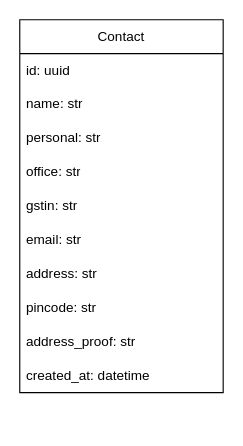
Cherisher08/IMS_mpt_backend keeps this draw.io diagram as page "Contact" (3 of 4) of docs/IMS_MPT.drawio. Above is the earlier version. Source tidied: cells renumbered, new cells numbered last; positions are measured from the earlier drawing's top-left corner, leaving out a move shared by most shapes. Both pictures are drawn from the tidied source at 113%, with x=0, y=0 at pixel (19, 19).
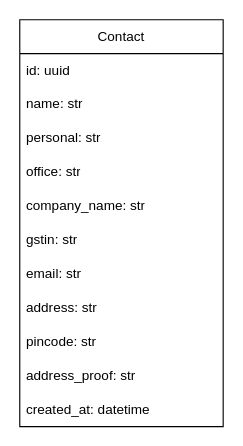
The same diagram, later.

Commit message (it also covers changes not shown here):
fix:company_name

Diff of the diagram source:
```diff
@@
 <mxGraphModel>
   <root>
     <mxCell id="0" />
     <mxCell id="1" parent="0" />
     <mxCell id="2" value="Contact" style="swimlane;fontStyle=0;horizontal=1;startSize=30;whiteSpace=wrap;html=1;" parent="1" vertex="1">
-      <mxGeometry width="180" height="330" as="geometry" />
+      <mxGeometry width="180" height="360" as="geometry" />
     </mxCell>
     <mxCell id="3" value="id: uuid" style="text;strokeColor=none;fillColor=none;align=left;verticalAlign=middle;spacingLeft=4;spacingRight=4;overflow=hidden;whiteSpace=wrap;html=1;" parent="2" vertex="1">
       <mxGeometry y="30" width="180" height="30" as="geometry" />
     </mxCell>
     <mxCell id="4" value="name: str" style="text;strokeColor=none;fillColor=none;align=left;verticalAlign=middle;spacingLeft=4;spacingRight=4;overflow=hidden;whiteSpace=wrap;html=1;" parent="2" vertex="1">
       <mxGeometry y="60" width="180" height="30" as="geometry" />
     </mxCell>
     <mxCell id="5" value="personal: str" style="text;strokeColor=none;fillColor=none;align=left;verticalAlign=middle;spacingLeft=4;spacingRight=4;overflow=hidden;whiteSpace=wrap;html=1;" parent="2" vertex="1">
       <mxGeometry y="90" width="180" height="30" as="geometry" />
     </mxCell>
     <mxCell id="6" value="office: str" style="text;strokeColor=none;fillColor=none;align=left;verticalAlign=middle;spacingLeft=4;spacingRight=4;overflow=hidden;whiteSpace=wrap;html=1;" parent="2" vertex="1">
       <mxGeometry y="120" width="180" height="30" as="geometry" />
     </mxCell>
+    <mxCell id="13" value="company_name: str" style="text;strokeColor=none;fillColor=none;align=left;verticalAlign=middle;spacingLeft=4;spacingRight=4;overflow=hidden;whiteSpace=wrap;html=1;" parent="2" vertex="1">
+      <mxGeometry y="150" width="180" height="30" as="geometry" />
+    </mxCell>
     <mxCell id="7" value="gstin: str" style="text;strokeColor=none;fillColor=none;align=left;verticalAlign=middle;spacingLeft=4;spacingRight=4;overflow=hidden;whiteSpace=wrap;html=1;" parent="2" vertex="1">
-      <mxGeometry y="150" width="180" height="30" as="geometry" />
+      <mxGeometry y="180" width="180" height="30" as="geometry" />
     </mxCell>
     <mxCell id="8" value="email: str" style="text;strokeColor=none;fillColor=none;align=left;verticalAlign=middle;spacingLeft=4;spacingRight=4;overflow=hidden;whiteSpace=wrap;html=1;" parent="2" vertex="1">
-      <mxGeometry y="180" width="180" height="30" as="geometry" />
+      <mxGeometry y="210" width="180" height="30" as="geometry" />
     </mxCell>
     <mxCell id="9" value="address: str" style="text;strokeColor=none;fillColor=none;align=left;verticalAlign=middle;spacingLeft=4;spacingRight=4;overflow=hidden;whiteSpace=wrap;html=1;" parent="2" vertex="1">
-      <mxGeometry y="210" width="180" height="30" as="geometry" />
+      <mxGeometry y="240" width="180" height="30" as="geometry" />
     </mxCell>
     <mxCell id="10" value="pincode: str" style="text;strokeColor=none;fillColor=none;align=left;verticalAlign=middle;spacingLeft=4;spacingRight=4;overflow=hidden;whiteSpace=wrap;html=1;" parent="2" vertex="1">
-      <mxGeometry y="240" width="180" height="30" as="geometry" />
+      <mxGeometry y="270" width="180" height="30" as="geometry" />
     </mxCell>
     <mxCell id="11" value="address_proof: str" style="text;strokeColor=none;fillColor=none;align=left;verticalAlign=middle;spacingLeft=4;spacingRight=4;overflow=hidden;whiteSpace=wrap;html=1;" parent="2" vertex="1">
-      <mxGeometry y="270" width="180" height="30" as="geometry" />
+      <mxGeometry y="300" width="180" height="30" as="geometry" />
     </mxCell>
     <mxCell id="12" value="created_at: datetime" style="text;strokeColor=none;fillColor=none;align=left;verticalAlign=middle;spacingLeft=4;spacingRight=4;overflow=hidden;whiteSpace=wrap;html=1;" parent="2" vertex="1">
-      <mxGeometry y="300" width="180" height="30" as="geometry" />
+      <mxGeometry y="330" width="180" height="30" as="geometry" />
     </mxCell>
   </root>
 </mxGraphModel>
```
